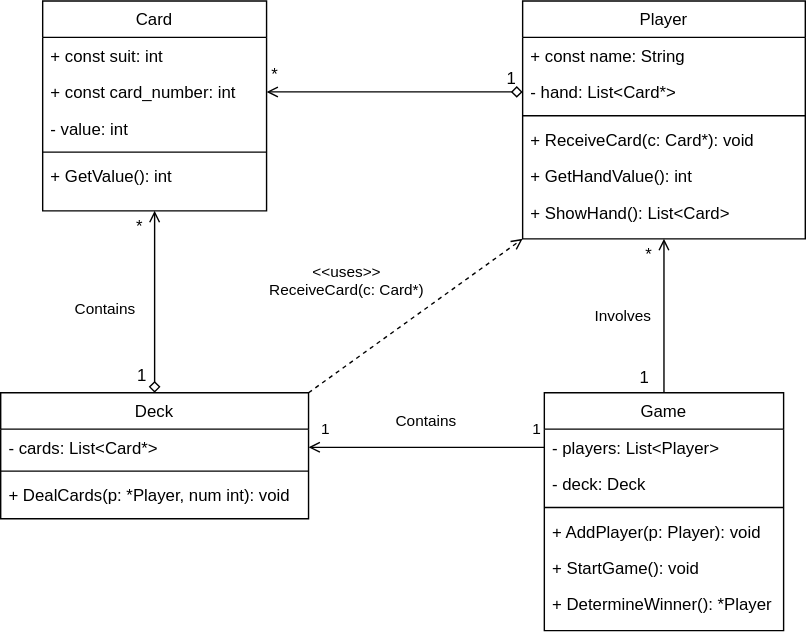
Above: assets/Domain model.drawio.svg in Morsianeren/DeifExercisePublic (draw.io), before the change. Source tidied: cells renumbered, new cells last; positions are measured from the earlier drawing's top-left corner, leaving out a move shared by most shapes.
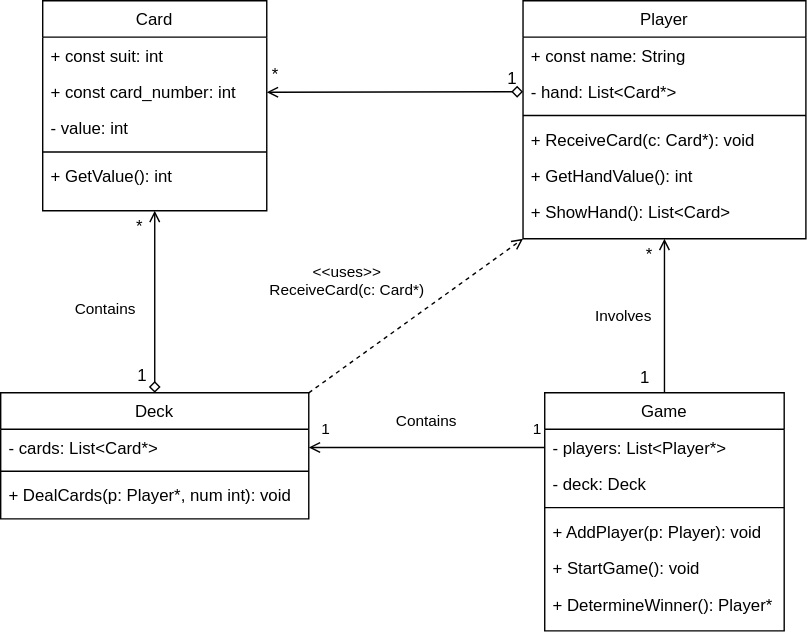
The same diagram one commit later.

The edit, as a diff of the source:
```diff
@@ -29,7 +29,7 @@
     <mxCell id="10" style="line;html=1;strokeWidth=1;align=left;verticalAlign=middle;spacingTop=-1;spacingLeft=3;spacingRight=3;labelPosition=right;" parent="8" vertex="1">
       <mxGeometry y="52" width="220" height="8" as="geometry" />
     </mxCell>
-    <mxCell id="11" value="+ DealCards(p: *Player, num int): void" style="text;align=left;verticalAlign=top;spacingLeft=4;spacingRight=4;overflow=hidden;" parent="8" vertex="1">
+    <mxCell id="11" value="+ DealCards(p: Player*, num int): void" style="text;align=left;verticalAlign=top;spacingLeft=4;spacingRight=4;overflow=hidden;" parent="8" vertex="1">
       <mxGeometry y="60" width="220" height="26" as="geometry" />
     </mxCell>
     <mxCell id="12" value="Player" style="swimlane;fontStyle=0;align=center;verticalAlign=top;horizontal=1;startSize=26;rounded=0;shadow=0;strokeWidth=1;" parent="1" vertex="1">
@@ -56,7 +56,7 @@
     <mxCell id="19" value="Game" style="swimlane;fontStyle=0;align=center;verticalAlign=top;horizontal=1;startSize=26;rounded=0;shadow=0;strokeWidth=1;" parent="1" vertex="1">
       <mxGeometry x="388.5" y="280" width="171" height="170" as="geometry" />
     </mxCell>
-    <mxCell id="20" value="- players: List&lt;Player&gt;" style="text;align=left;verticalAlign=top;spacingLeft=4;spacingRight=4;overflow=hidden;points=[[0,0.5],[1,0.5]];portConstraint=eastwest;" parent="19" vertex="1">
+    <mxCell id="20" value="- players: List&lt;Player*&gt;" style="text;align=left;verticalAlign=top;spacingLeft=4;spacingRight=4;overflow=hidden;points=[[0,0.5],[1,0.5]];portConstraint=eastwest;" parent="19" vertex="1">
       <mxGeometry y="26" width="171" height="26" as="geometry" />
     </mxCell>
     <mxCell id="21" value="- deck: Deck" style="text;align=left;verticalAlign=top;spacingLeft=4;spacingRight=4;overflow=hidden;" parent="19" vertex="1">
@@ -71,7 +71,7 @@
     <mxCell id="24" value="+ StartGame(): void" style="text;align=left;verticalAlign=top;spacingLeft=4;spacingRight=4;overflow=hidden;" parent="19" vertex="1">
       <mxGeometry y="112" width="171" height="26" as="geometry" />
     </mxCell>
-    <mxCell id="25" value="+ DetermineWinner(): *Player" style="text;align=left;verticalAlign=top;spacingLeft=4;spacingRight=4;overflow=hidden;" parent="19" vertex="1">
+    <mxCell id="25" value="+ DetermineWinner(): Player*" style="text;align=left;verticalAlign=top;spacingLeft=4;spacingRight=4;overflow=hidden;" parent="19" vertex="1">
       <mxGeometry y="138" width="171" height="26" as="geometry" />
     </mxCell>
     <mxCell id="26" value="Contains" style="endArrow=open;shadow=0;strokeWidth=1;rounded=0;curved=0;endFill=0;edgeStyle=elbowEdgeStyle;elbow=vertical;entryX=0.5;entryY=1;entryDx=0;entryDy=0;exitX=0.5;exitY=0;exitDx=0;exitDy=0;startArrow=diamond;startFill=0;" parent="1" edge="1" source="8" target="2">
```
